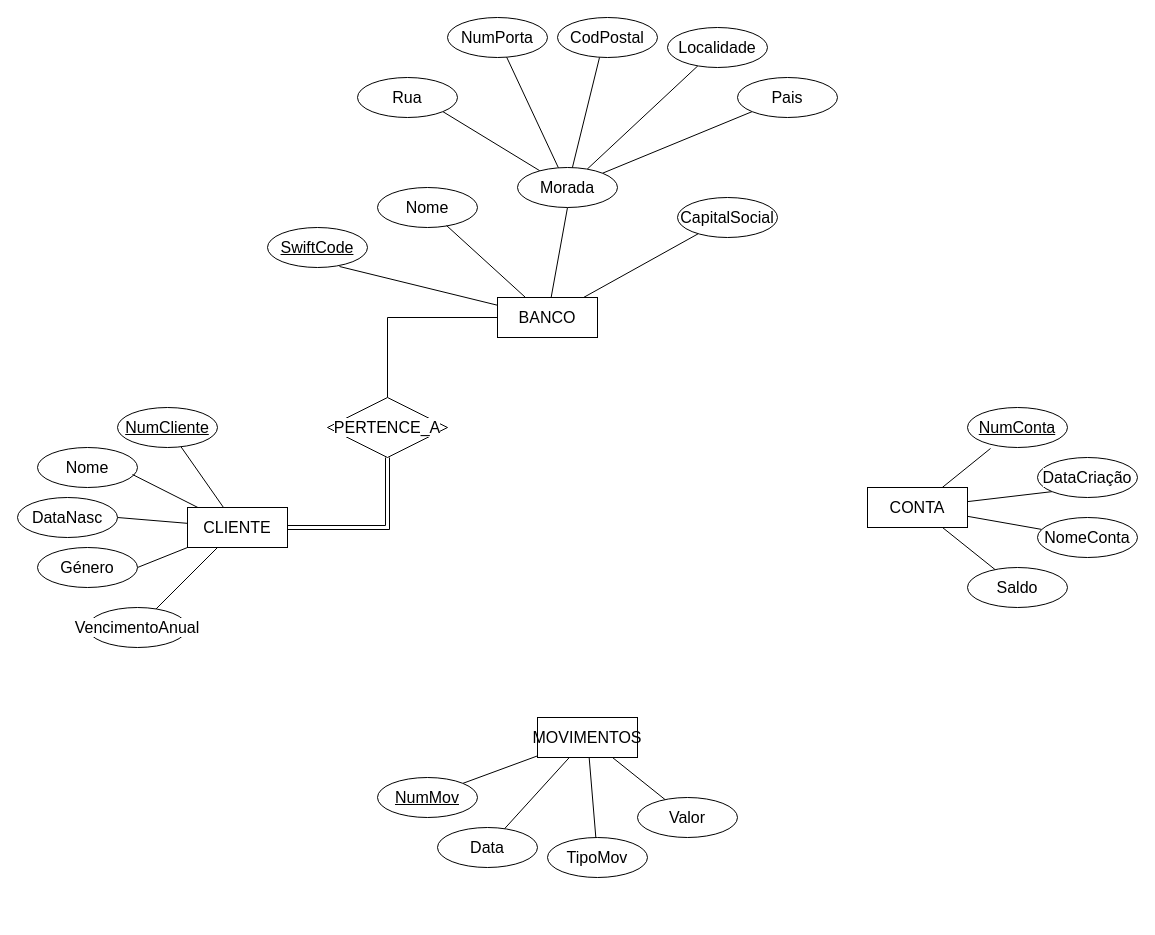
Afas09/Analise-de-Sistemas keeps this draw.io diagram as 0811-14622 ex2.drawio. Above is the earlier version. Source tidied: cells renumbered, new cells numbered last; positions are measured from the earlier drawing's top-left corner, leaving out a move shared by most shapes. Both pictures are drawn from the tidied source at 100%, with x=0, y=0 at pixel (17, 17).
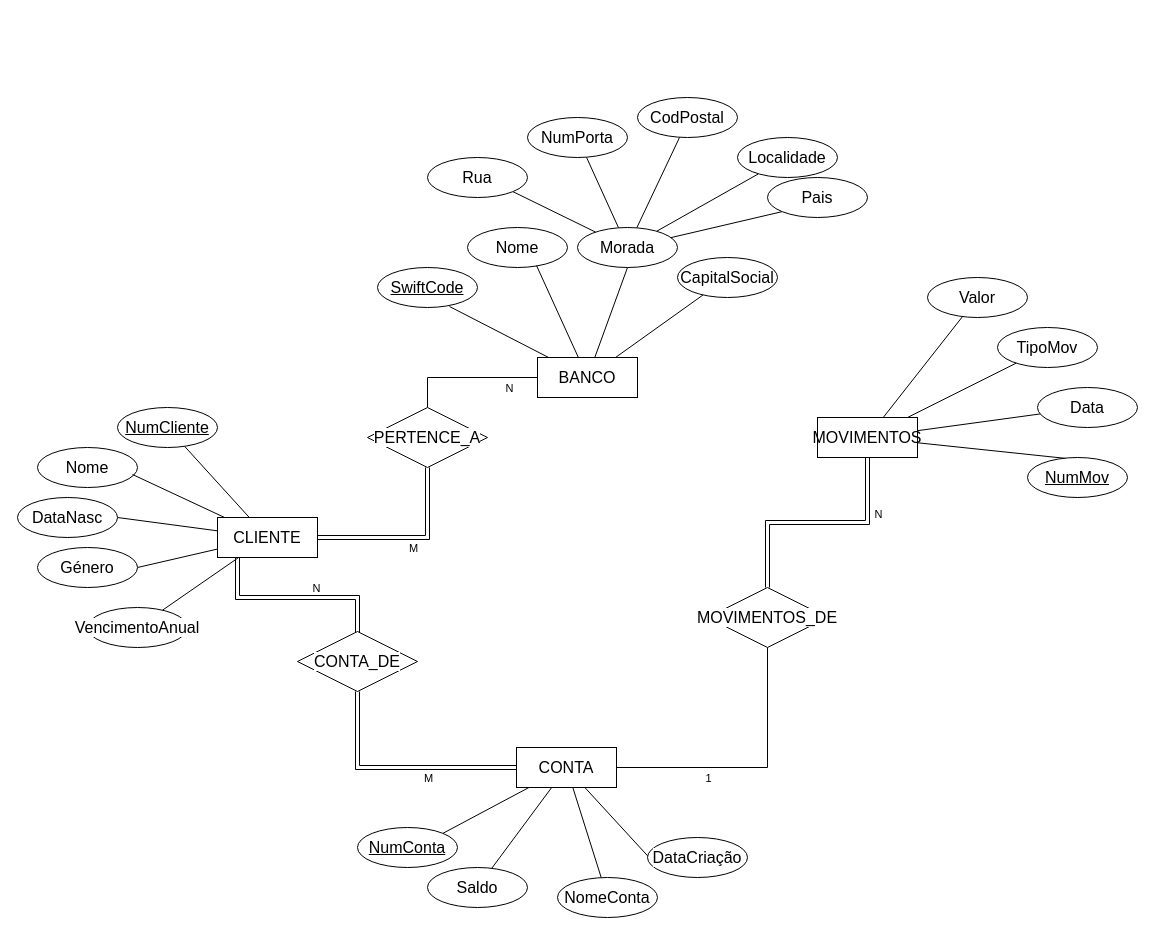
After the change.

The change refers to these unchanged cells:
```xml
<mxCell id="4" style="edgeStyle=orthogonalEdgeStyle;shape=connector;rounded=0;jettySize=auto;html=1;entryX=0.5;entryY=0;entryDx=0;entryDy=0;strokeColor=default;align=center;verticalAlign=middle;fontFamily=Helvetica;fontSize=11;fontColor=default;labelBackgroundColor=default;endArrow=none;endFill=0;" parent="1" edge="1" source="5" target="52">
  <mxGeometry relative="1" as="geometry" />
</mxCell>
<mxCell id="10" style="edgeStyle=orthogonalEdgeStyle;shape=link;rounded=0;jettySize=auto;html=1;entryX=0.5;entryY=1;entryDx=0;entryDy=0;strokeColor=default;align=center;verticalAlign=middle;fontFamily=Helvetica;fontSize=11;fontColor=default;labelBackgroundColor=default;endArrow=none;endFill=0;" parent="1" edge="1" source="11" target="52">
  <mxGeometry relative="1" as="geometry" />
</mxCell>
```

Diff of the diagram source:
```diff
@@
+    <mxCell id="53" value="N" style="edgeLabel;html=1;align=center;verticalAlign=middle;fontFamily=Helvetica;fontSize=11;fontColor=default;labelBackgroundColor=default;" parent="4" vertex="1">
+      <mxGeometry x="-0.57" y="1" relative="1" as="geometry">
+        <mxPoint x="1" y="9" as="offset" />
+      </mxGeometry>
+    </mxCell>
     <mxCell id="5" value="&lt;span id=&quot;docs-internal-guid-33096cff-7fff-1624-d301-5211b1fea0e3&quot;&gt;&lt;span style=&quot;font-size: 12pt; font-family: Calibri, sans-serif; background-color: transparent; font-variant-numeric: normal; font-variant-east-asian: normal; font-variant-alternates: normal; font-variant-position: normal; font-variant-emoji: normal; vertical-align: baseline; white-space-collapse: preserve;&quot;&gt;BANCO&lt;/span&gt;&lt;/span&gt;" style="whiteSpace=wrap;html=1;align=center;" parent="1" vertex="1">
-      <mxGeometry x="480" y="280" width="100" height="40" as="geometry" />
+      <mxGeometry x="520" y="340" width="100" height="40" as="geometry" />
     </mxCell>
@@
+    <mxCell id="54" value="M" style="edgeLabel;html=1;align=center;verticalAlign=middle;fontFamily=Helvetica;fontSize=11;fontColor=default;labelBackgroundColor=default;" parent="10" vertex="1">
+      <mxGeometry x="0.08" y="2" relative="1" as="geometry">
+        <mxPoint x="-2" y="12" as="offset" />
+      </mxGeometry>
+    </mxCell>
+    <mxCell id="55" style="edgeStyle=orthogonalEdgeStyle;shape=link;rounded=0;jettySize=auto;html=1;entryX=0.487;entryY=0.083;entryDx=0;entryDy=0;strokeColor=default;align=center;verticalAlign=middle;fontFamily=Helvetica;fontSize=11;fontColor=default;labelBackgroundColor=default;endArrow=none;endFill=0;entryPerimeter=0;" parent="1" edge="1" source="11" target="63">
+      <mxGeometry relative="1" as="geometry">
+        <Array as="points">
+          <mxPoint x="220" y="580" />
+          <mxPoint x="340" y="580" />
+          <mxPoint x="340" y="635" />
+        </Array>
+      </mxGeometry>
+    </mxCell>
+    <mxCell id="56" value="N" style="edgeLabel;html=1;align=center;verticalAlign=middle;fontFamily=Helvetica;fontSize=11;fontColor=default;labelBackgroundColor=default;" parent="55" vertex="1">
+      <mxGeometry x="-0.05" y="4" relative="1" as="geometry">
+        <mxPoint x="8" y="-6" as="offset" />
+      </mxGeometry>
+    </mxCell>
     <mxCell id="11" value="&lt;span id=&quot;docs-internal-guid-d53b8ac3-7fff-3ef5-c0f0-8ff0012dd7bf&quot;&gt;&lt;span style=&quot;font-size: 12pt; font-family: Calibri, sans-serif; background-color: transparent; font-variant-numeric: normal; font-variant-east-asian: normal; font-variant-alternates: normal; font-variant-position: normal; font-variant-emoji: normal; vertical-align: baseline; white-space-collapse: preserve;&quot;&gt;CLIENTE&lt;/span&gt;&lt;/span&gt;" style="whiteSpace=wrap;html=1;align=center;" parent="1" vertex="1">
-      <mxGeometry x="170" y="490" width="100" height="40" as="geometry" />
+      <mxGeometry x="200" y="500" width="100" height="40" as="geometry" />
     </mxCell>
@@
+    <mxCell id="47" style="shape=connector;rounded=0;jettySize=auto;html=1;entryX=1;entryY=0;entryDx=0;entryDy=0;strokeColor=default;align=center;verticalAlign=middle;fontFamily=Helvetica;fontSize=11;fontColor=default;labelBackgroundColor=default;endArrow=none;endFill=0;" parent="1" edge="1" source="15" target="43">
+      <mxGeometry relative="1" as="geometry" />
+    </mxCell>
+    <mxCell id="57" style="edgeStyle=orthogonalEdgeStyle;shape=link;rounded=0;jettySize=auto;html=1;entryX=0.5;entryY=1;entryDx=0;entryDy=0;strokeColor=default;align=center;verticalAlign=middle;fontFamily=Helvetica;fontSize=11;fontColor=default;labelBackgroundColor=default;endArrow=none;endFill=0;" parent="1" edge="1" source="15" target="63">
+      <mxGeometry relative="1" as="geometry" />
+    </mxCell>
+    <mxCell id="58" value="M" style="edgeLabel;html=1;align=center;verticalAlign=middle;fontFamily=Helvetica;fontSize=11;fontColor=default;labelBackgroundColor=default;" parent="57" vertex="1">
+      <mxGeometry x="-0.28" relative="1" as="geometry">
+        <mxPoint x="-4" y="10" as="offset" />
+      </mxGeometry>
+    </mxCell>
+    <mxCell id="59" style="edgeStyle=orthogonalEdgeStyle;shape=connector;rounded=0;jettySize=auto;html=1;entryX=0.5;entryY=1;entryDx=0;entryDy=0;strokeColor=default;align=center;verticalAlign=middle;fontFamily=Helvetica;fontSize=11;fontColor=default;labelBackgroundColor=default;endArrow=none;endFill=0;" parent="1" edge="1" source="15" target="64">
+      <mxGeometry relative="1" as="geometry" />
+    </mxCell>
+    <mxCell id="60" value="1" style="edgeLabel;html=1;align=center;verticalAlign=middle;fontFamily=Helvetica;fontSize=11;fontColor=default;labelBackgroundColor=default;" parent="59" vertex="1">
+      <mxGeometry x="-0.36" y="2" relative="1" as="geometry">
+        <mxPoint x="4" y="12" as="offset" />
+      </mxGeometry>
+    </mxCell>
     <mxCell id="15" value="&lt;span id=&quot;docs-internal-guid-18938c07-7fff-5e12-0bd6-c497b2bd1e35&quot;&gt;&lt;span style=&quot;font-size: 12pt; font-family: Calibri, sans-serif; background-color: transparent; font-variant-numeric: normal; font-variant-east-asian: normal; font-variant-alternates: normal; font-variant-position: normal; font-variant-emoji: normal; vertical-align: baseline; white-space-collapse: preserve;&quot;&gt;CONTA&lt;/span&gt;&lt;/span&gt;" style="whiteSpace=wrap;html=1;align=center;" parent="1" vertex="1">
-      <mxGeometry x="850" y="470" width="100" height="40" as="geometry" />
+      <mxGeometry x="499" y="730" width="100" height="40" as="geometry" />
     </mxCell>
@@
+    <mxCell id="61" style="edgeStyle=orthogonalEdgeStyle;shape=link;rounded=0;jettySize=auto;html=1;entryX=0.5;entryY=0;entryDx=0;entryDy=0;strokeColor=default;align=center;verticalAlign=middle;fontFamily=Helvetica;fontSize=11;fontColor=default;labelBackgroundColor=default;endArrow=none;endFill=0;" parent="1" edge="1" source="20" target="64">
+      <mxGeometry relative="1" as="geometry" />
+    </mxCell>
+    <mxCell id="62" value="N" style="edgeLabel;html=1;align=center;verticalAlign=middle;fontFamily=Helvetica;fontSize=11;fontColor=default;labelBackgroundColor=default;" parent="61" vertex="1">
+      <mxGeometry x="-0.51" y="-3" relative="1" as="geometry">
+        <mxPoint x="13" as="offset" />
+      </mxGeometry>
+    </mxCell>
     <mxCell id="20" value="&lt;span id=&quot;docs-internal-guid-aa84f5fb-7fff-a301-6913-3b34de1e5d51&quot;&gt;&lt;span style=&quot;font-size: 12pt; font-family: Calibri, sans-serif; background-color: transparent; font-variant-numeric: normal; font-variant-east-asian: normal; font-variant-alternates: normal; font-variant-position: normal; font-variant-emoji: normal; vertical-align: baseline; white-space-collapse: preserve;&quot;&gt;MOVIMENTOS&lt;/span&gt;&lt;/span&gt;" style="whiteSpace=wrap;html=1;align=center;" parent="1" vertex="1">
-      <mxGeometry x="520" y="700" width="100" height="40" as="geometry" />
+      <mxGeometry x="800" y="400" width="100" height="40" as="geometry" />
     </mxCell>
     <mxCell id="21" value="&lt;span id=&quot;docs-internal-guid-b920871b-7fff-cbc4-225b-ba608877dcde&quot;&gt;&lt;span style=&quot;font-size: 12pt; font-family: Calibri, sans-serif; background-color: transparent; font-variant-numeric: normal; font-variant-east-asian: normal; font-variant-alternates: normal; font-variant-position: normal; font-variant-emoji: normal; text-decoration-skip-ink: none; vertical-align: baseline; white-space-collapse: preserve;&quot;&gt;SwiftCode&lt;/span&gt;&lt;/span&gt;" style="ellipse;whiteSpace=wrap;html=1;align=center;fontStyle=4;" parent="1" vertex="1">
-      <mxGeometry x="250" y="210" width="100" height="40" as="geometry" />
+      <mxGeometry x="360" y="250" width="100" height="40" as="geometry" />
     </mxCell>
     <mxCell id="22" value="&lt;span id=&quot;docs-internal-guid-8dbcbf9c-7fff-11c3-18db-ec2c6ba12a83&quot;&gt;&lt;span style=&quot;font-size: 12pt; font-family: Calibri, sans-serif; background-color: transparent; font-variant-numeric: normal; font-variant-east-asian: normal; font-variant-alternates: normal; font-variant-position: normal; font-variant-emoji: normal; vertical-align: baseline; white-space-collapse: preserve;&quot;&gt;Nome&lt;/span&gt;&lt;/span&gt;" style="ellipse;whiteSpace=wrap;html=1;align=center;" parent="1" vertex="1">
-      <mxGeometry x="360" y="170" width="100" height="40" as="geometry" />
+      <mxGeometry x="450" y="210" width="100" height="40" as="geometry" />
     </mxCell>
@@
     <mxCell id="27" value="&lt;span id=&quot;docs-internal-guid-50da9faa-7fff-66b5-dc01-4913c2e8268b&quot;&gt;&lt;span style=&quot;font-size: 12pt; font-family: Calibri, sans-serif; background-color: transparent; font-variant-numeric: normal; font-variant-east-asian: normal; font-variant-alternates: normal; font-variant-position: normal; font-variant-emoji: normal; vertical-align: baseline; white-space-collapse: preserve;&quot;&gt;Morada&lt;/span&gt;&lt;/span&gt;" style="ellipse;whiteSpace=wrap;html=1;align=center;" parent="1" vertex="1">
-      <mxGeometry x="500" y="150" width="100" height="40" as="geometry" />
+      <mxGeometry x="560" y="210" width="100" height="40" as="geometry" />
     </mxCell>
     <mxCell id="28" value="&lt;span id=&quot;docs-internal-guid-5283b19c-7fff-80e7-e4db-060b09bd453b&quot;&gt;&lt;span style=&quot;font-size: 12pt; font-family: Calibri, sans-serif; background-color: transparent; font-variant-numeric: normal; font-variant-east-asian: normal; font-variant-alternates: normal; font-variant-position: normal; font-variant-emoji: normal; vertical-align: baseline; white-space-collapse: preserve;&quot;&gt;Rua&lt;/span&gt;&lt;/span&gt;" style="ellipse;whiteSpace=wrap;html=1;align=center;" parent="1" vertex="1">
-      <mxGeometry x="340" y="60" width="100" height="40" as="geometry" />
+      <mxGeometry x="410" y="140" width="100" height="40" as="geometry" />
     </mxCell>
     <mxCell id="29" value="&lt;span id=&quot;docs-internal-guid-7bc3e5fb-7fff-ad05-edbd-930cfe56bb56&quot;&gt;&lt;span style=&quot;font-size: 12pt; font-family: Calibri, sans-serif; background-color: transparent; font-variant-numeric: normal; font-variant-east-asian: normal; font-variant-alternates: normal; font-variant-position: normal; font-variant-emoji: normal; vertical-align: baseline; white-space-collapse: preserve;&quot;&gt;NumPorta&lt;/span&gt;&lt;/span&gt;" style="ellipse;whiteSpace=wrap;html=1;align=center;" parent="1" vertex="1">
-      <mxGeometry x="430" width="100" height="40" as="geometry" />
+      <mxGeometry x="510" y="100" width="100" height="40" as="geometry" />
     </mxCell>
     <mxCell id="30" value="&lt;span id=&quot;docs-internal-guid-c058b184-7fff-d3f3-a75c-fe97f1e5b9b9&quot;&gt;&lt;span style=&quot;font-size: 12pt; font-family: Calibri, sans-serif; background-color: transparent; font-variant-numeric: normal; font-variant-east-asian: normal; font-variant-alternates: normal; font-variant-position: normal; font-variant-emoji: normal; vertical-align: baseline; white-space-collapse: preserve;&quot;&gt;CodPostal&lt;/span&gt;&lt;/span&gt;" style="ellipse;whiteSpace=wrap;html=1;align=center;" parent="1" vertex="1">
-      <mxGeometry x="540" width="100" height="40" as="geometry" />
+      <mxGeometry x="620" y="80" width="100" height="40" as="geometry" />
     </mxCell>
     <mxCell id="31" value="&lt;span id=&quot;docs-internal-guid-c68ea3c3-7fff-f804-a1c4-359921f6dab5&quot;&gt;&lt;span style=&quot;font-size: 12pt; font-family: Calibri, sans-serif; background-color: transparent; font-variant-numeric: normal; font-variant-east-asian: normal; font-variant-alternates: normal; font-variant-position: normal; font-variant-emoji: normal; vertical-align: baseline; white-space-collapse: preserve;&quot;&gt;Localidade&lt;/span&gt;&lt;/span&gt;" style="ellipse;whiteSpace=wrap;html=1;align=center;" parent="1" vertex="1">
-      <mxGeometry x="650" y="10" width="100" height="40" as="geometry" />
+      <mxGeometry x="720" y="120" width="100" height="40" as="geometry" />
     </mxCell>
     <mxCell id="32" value="&lt;span id=&quot;docs-internal-guid-d58555ec-7fff-19f8-fed7-13cf4631f28c&quot;&gt;&lt;span style=&quot;font-size: 12pt; font-family: Calibri, sans-serif; background-color: transparent; font-variant-numeric: normal; font-variant-east-asian: normal; font-variant-alternates: normal; font-variant-position: normal; font-variant-emoji: normal; vertical-align: baseline; white-space-collapse: preserve;&quot;&gt;Pais&lt;/span&gt;&lt;/span&gt;" style="ellipse;whiteSpace=wrap;html=1;align=center;" parent="1" vertex="1">
-      <mxGeometry x="720" y="60" width="100" height="40" as="geometry" />
+      <mxGeometry x="750" y="160" width="100" height="40" as="geometry" />
     </mxCell>
     <mxCell id="33" value="&lt;span id=&quot;docs-internal-guid-484260dd-7fff-4463-595c-d4899e16f2f7&quot;&gt;&lt;span style=&quot;font-size: 12pt; font-family: Calibri, sans-serif; background-color: transparent; font-variant-numeric: normal; font-variant-east-asian: normal; font-variant-alternates: normal; font-variant-position: normal; font-variant-emoji: normal; vertical-align: baseline; white-space-collapse: preserve;&quot;&gt;CapitalSocial&lt;/span&gt;&lt;/span&gt;" style="ellipse;whiteSpace=wrap;html=1;align=center;" parent="1" vertex="1">
-      <mxGeometry x="660" y="180" width="100" height="40" as="geometry" />
+      <mxGeometry x="660" y="240" width="100" height="40" as="geometry" />
     </mxCell>
@@
     <mxCell id="43" value="&lt;span id=&quot;docs-internal-guid-37fe3c08-7fff-cb43-29bf-59b8a303d83b&quot;&gt;&lt;span style=&quot;font-size: 12pt; font-family: Calibri, sans-serif; background-color: transparent; font-variant-numeric: normal; font-variant-east-asian: normal; font-variant-alternates: normal; font-variant-position: normal; font-variant-emoji: normal; text-decoration-skip-ink: none; vertical-align: baseline; white-space-collapse: preserve;&quot;&gt;NumConta&lt;/span&gt;&lt;/span&gt;" style="ellipse;whiteSpace=wrap;html=1;align=center;fontStyle=4;fontFamily=Helvetica;fontSize=11;fontColor=default;labelBackgroundColor=default;" parent="1" vertex="1">
-      <mxGeometry x="950" y="390" width="100" height="40" as="geometry" />
+      <mxGeometry x="340" y="810" width="100" height="40" as="geometry" />
     </mxCell>
     <mxCell id="44" value="&lt;span id=&quot;docs-internal-guid-5cf09b29-7fff-ec81-455b-126152505a14&quot;&gt;&lt;span style=&quot;font-size: 12pt; font-family: Calibri, sans-serif; background-color: transparent; font-variant-numeric: normal; font-variant-east-asian: normal; font-variant-alternates: normal; font-variant-position: normal; font-variant-emoji: normal; vertical-align: baseline; white-space-collapse: preserve;&quot;&gt;DataCriação&lt;/span&gt;&lt;/span&gt;" style="ellipse;whiteSpace=wrap;html=1;align=center;fontFamily=Helvetica;fontSize=11;fontColor=default;labelBackgroundColor=default;" parent="1" vertex="1">
-      <mxGeometry x="1020" y="440" width="100" height="40" as="geometry" />
+      <mxGeometry x="630" y="820" width="100" height="40" as="geometry" />
     </mxCell>
     <mxCell id="45" value="&lt;span id=&quot;docs-internal-guid-65e8640d-7fff-0932-4376-f9341a9f3c98&quot;&gt;&lt;span style=&quot;font-size: 12pt; font-family: Calibri, sans-serif; background-color: transparent; font-variant-numeric: normal; font-variant-east-asian: normal; font-variant-alternates: normal; font-variant-position: normal; font-variant-emoji: normal; vertical-align: baseline; white-space-collapse: preserve;&quot;&gt;NomeConta&lt;/span&gt;&lt;/span&gt;" style="ellipse;whiteSpace=wrap;html=1;align=center;fontFamily=Helvetica;fontSize=11;fontColor=default;labelBackgroundColor=default;" parent="1" vertex="1">
-      <mxGeometry x="1020" y="500" width="100" height="40" as="geometry" />
+      <mxGeometry x="540" y="860" width="100" height="40" as="geometry" />
     </mxCell>
     <mxCell id="46" value="&lt;span id=&quot;docs-internal-guid-a45d9f75-7fff-20e0-1203-c78a976688a7&quot;&gt;&lt;span style=&quot;font-size: 12pt; font-family: Calibri, sans-serif; background-color: transparent; font-variant-numeric: normal; font-variant-east-asian: normal; font-variant-alternates: normal; font-variant-position: normal; font-variant-emoji: normal; vertical-align: baseline; white-space-collapse: preserve;&quot;&gt;Saldo&lt;/span&gt;&lt;/span&gt;" style="ellipse;whiteSpace=wrap;html=1;align=center;fontFamily=Helvetica;fontSize=11;fontColor=default;labelBackgroundColor=default;" parent="1" vertex="1">
-      <mxGeometry x="950" y="550" width="100" height="40" as="geometry" />
+      <mxGeometry x="410" y="850" width="100" height="40" as="geometry" />
     </mxCell>
-    <mxCell id="47" style="edgeStyle=none;shape=connector;rounded=0;jettySize=auto;html=1;entryX=0.23;entryY=1.025;entryDx=0;entryDy=0;entryPerimeter=0;strokeColor=default;align=center;verticalAlign=middle;fontFamily=Helvetica;fontSize=11;fontColor=default;labelBackgroundColor=default;endArrow=none;endFill=0;" parent="1" edge="1" source="15" target="43">
-      <mxGeometry relative="1" as="geometry" />
-    </mxCell>
     <mxCell id="48" value="&lt;span id=&quot;docs-internal-guid-9eb0846a-7fff-0213-b01d-6e0a39a8324d&quot;&gt;&lt;span style=&quot;font-size: 12pt; font-family: Calibri, sans-serif; background-color: transparent; font-variant-numeric: normal; font-variant-east-asian: normal; font-variant-alternates: normal; font-variant-position: normal; font-variant-emoji: normal; text-decoration-skip-ink: none; vertical-align: baseline; white-space-collapse: preserve;&quot;&gt;NumMov&lt;/span&gt;&lt;/span&gt;" style="ellipse;whiteSpace=wrap;html=1;align=center;fontStyle=4;fontFamily=Helvetica;fontSize=11;fontColor=default;labelBackgroundColor=default;" parent="1" vertex="1">
-      <mxGeometry x="360" y="760" width="100" height="40" as="geometry" />
+      <mxGeometry x="1010" y="440" width="100" height="40" as="geometry" />
     </mxCell>
     <mxCell id="49" value="&lt;span id=&quot;docs-internal-guid-c0264e8b-7fff-43e3-9a33-edd287fe6ad9&quot;&gt;&lt;span style=&quot;font-size: 12pt; font-family: Calibri, sans-serif; background-color: transparent; font-variant-numeric: normal; font-variant-east-asian: normal; font-variant-alternates: normal; font-variant-position: normal; font-variant-emoji: normal; vertical-align: baseline; white-space-collapse: preserve;&quot;&gt;Data&lt;/span&gt;&lt;/span&gt;" style="ellipse;whiteSpace=wrap;html=1;align=center;fontFamily=Helvetica;fontSize=11;fontColor=default;labelBackgroundColor=default;" parent="1" vertex="1">
-      <mxGeometry x="420" y="810" width="100" height="40" as="geometry" />
+      <mxGeometry x="1020" y="370" width="100" height="40" as="geometry" />
     </mxCell>
     <mxCell id="50" value="&lt;span id=&quot;docs-internal-guid-47484df8-7fff-5ed5-2717-a1c2c44da58c&quot;&gt;&lt;span style=&quot;font-size: 12pt; font-family: Calibri, sans-serif; background-color: transparent; font-variant-numeric: normal; font-variant-east-asian: normal; font-variant-alternates: normal; font-variant-position: normal; font-variant-emoji: normal; vertical-align: baseline; white-space-collapse: preserve;&quot;&gt;TipoMov&lt;/span&gt;&lt;/span&gt;" style="ellipse;whiteSpace=wrap;html=1;align=center;fontFamily=Helvetica;fontSize=11;fontColor=default;labelBackgroundColor=default;" parent="1" vertex="1">
-      <mxGeometry x="530" y="820" width="100" height="40" as="geometry" />
+      <mxGeometry x="980" y="310" width="100" height="40" as="geometry" />
     </mxCell>
     <mxCell id="51" value="&lt;span id=&quot;docs-internal-guid-4157ca06-7fff-8bc3-6c15-2af6ac1e23bd&quot;&gt;&lt;span style=&quot;font-size: 12pt; font-family: Calibri, sans-serif; background-color: transparent; font-variant-numeric: normal; font-variant-east-asian: normal; font-variant-alternates: normal; font-variant-position: normal; font-variant-emoji: normal; vertical-align: baseline; white-space-collapse: preserve;&quot;&gt;Valor&lt;/span&gt;&lt;/span&gt;" style="ellipse;whiteSpace=wrap;html=1;align=center;fontFamily=Helvetica;fontSize=11;fontColor=default;labelBackgroundColor=default;" parent="1" vertex="1">
-      <mxGeometry x="620" y="780" width="100" height="40" as="geometry" />
+      <mxGeometry x="910" y="260" width="100" height="40" as="geometry" />
     </mxCell>
     <mxCell id="52" value="&lt;span id=&quot;docs-internal-guid-2adc87cc-7fff-df42-13d4-8e2da55ace7e&quot;&gt;&lt;span style=&quot;font-size: 12pt; font-family: Calibri, sans-serif; background-color: transparent; font-variant-numeric: normal; font-variant-east-asian: normal; font-variant-alternates: normal; font-variant-position: normal; font-variant-emoji: normal; vertical-align: baseline; white-space-collapse: preserve;&quot;&gt;PERTENCE_A&lt;/span&gt;&lt;/span&gt;" style="shape=rhombus;perimeter=rhombusPerimeter;whiteSpace=wrap;html=1;align=center;fontFamily=Helvetica;fontSize=11;fontColor=default;labelBackgroundColor=default;" parent="1" vertex="1">
-      <mxGeometry x="310" y="380" width="120" height="60" as="geometry" />
+      <mxGeometry x="350" y="390" width="120" height="60" as="geometry" />
     </mxCell>
+    <mxCell id="63" value="&lt;span id=&quot;docs-internal-guid-adc0aac2-7fff-4d63-2736-cfba417d1cbf&quot;&gt;&lt;span style=&quot;font-size: 12pt; font-family: Calibri, sans-serif; background-color: transparent; font-variant-numeric: normal; font-variant-east-asian: normal; font-variant-alternates: normal; font-variant-position: normal; font-variant-emoji: normal; vertical-align: baseline; white-space-collapse: preserve;&quot;&gt;CONTA_DE&lt;/span&gt;&lt;/span&gt;" style="shape=rhombus;perimeter=rhombusPerimeter;whiteSpace=wrap;html=1;align=center;fontFamily=Helvetica;fontSize=11;fontColor=default;labelBackgroundColor=default;" parent="1" vertex="1">
+      <mxGeometry x="280" y="614" width="120" height="60" as="geometry" />
+    </mxCell>
+    <mxCell id="64" value="&lt;span id=&quot;docs-internal-guid-cd2579c9-7fff-7d25-82be-13cf69631502&quot;&gt;&lt;span style=&quot;font-size: 12pt; font-family: Calibri, sans-serif; background-color: transparent; font-variant-numeric: normal; font-variant-east-asian: normal; font-variant-alternates: normal; font-variant-position: normal; font-variant-emoji: normal; vertical-align: baseline; white-space-collapse: preserve;&quot;&gt;MOVIMENTOS_DE&lt;/span&gt;&lt;/span&gt;" style="shape=rhombus;perimeter=rhombusPerimeter;whiteSpace=wrap;html=1;align=center;fontFamily=Helvetica;fontSize=11;fontColor=default;labelBackgroundColor=default;" parent="1" vertex="1">
+      <mxGeometry x="690" y="570" width="120" height="60" as="geometry" />
+    </mxCell>
```
